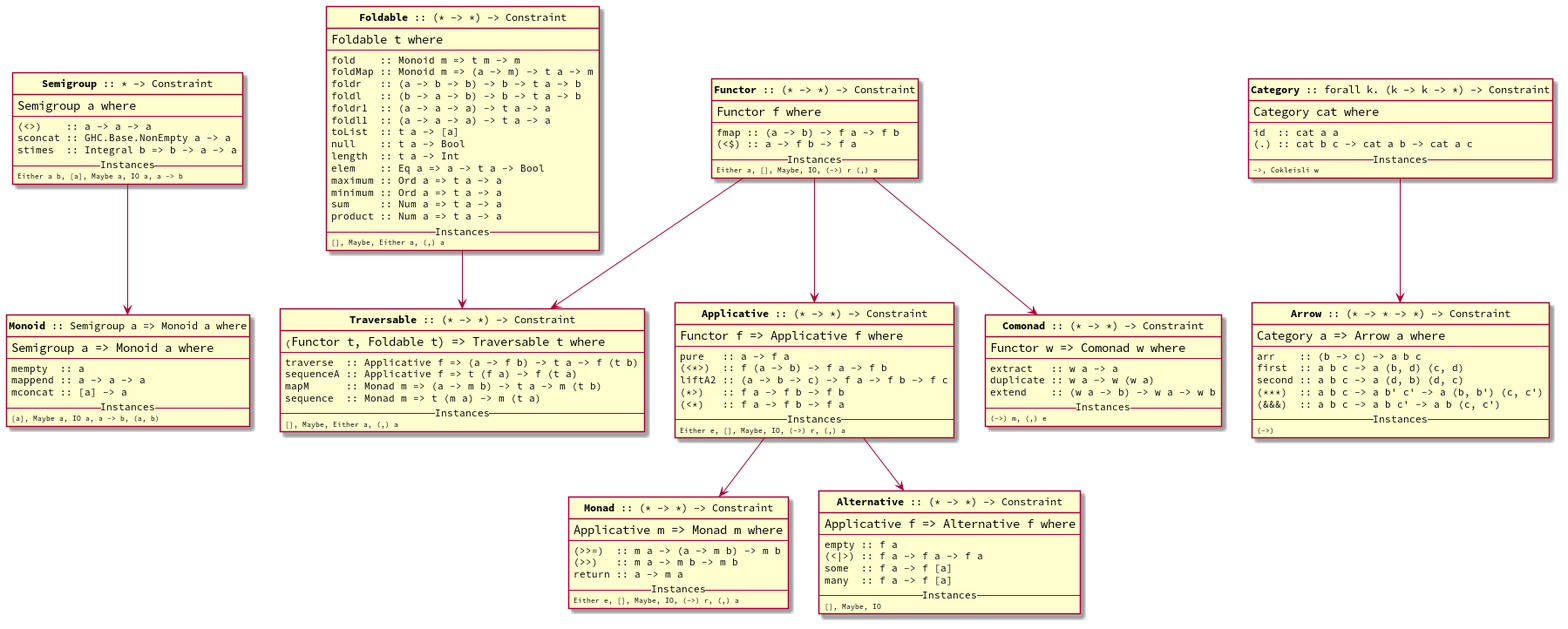
This is atlas.png from dustinlacewell/haskell-typeclass-atlas, a PlantUML export, as it was before one commit.
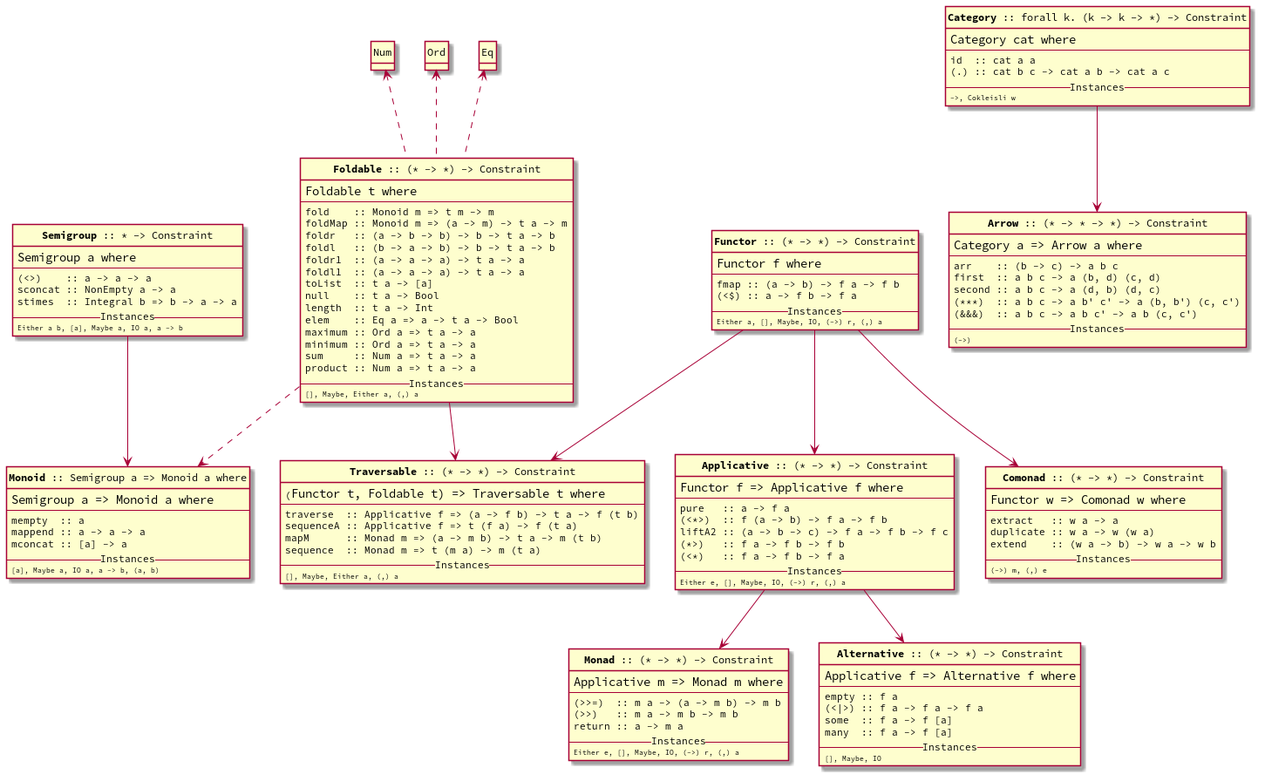
After the change.

Commit message:
Add Eq, Ord, and Num

What changed in the source:
```diff
@@ -28,7 +28,7 @@
         fmap :: (a -> b) -> f a -> f b
         (<$) :: a -> f b -> f a
         --Instances--
-        <size:8>Either a, [], Maybe, IO, (->) r (,) a</size>
+        <size:8>Either a, [], Maybe, IO, (->) r, (,) a</size>
 }
 
 class Comonad {
@@ -49,7 +49,7 @@
         <size:14>Semigroup a where</size>
         ---
         (<>)    :: a -> a -> a
-        sconcat :: GHC.Base.NonEmpty a -> a
+        sconcat :: NonEmpty a -> a
         stimes  :: Integral b => b -> a -> a
         --Instances--
         <size:8>Either a b, [a], Maybe a, IO a, a -> b</size>
@@ -86,11 +86,13 @@
 }
 
 
-
-
 Category --> Arrow
 
 Foldable --> Traversable
+Foldable ..> Monoid
+Foldable ..up> Eq
+Foldable ..up> Ord
+Foldable ..up> Num
 
 class Foldable {
         <size:14>Foldable t where</size>
```
